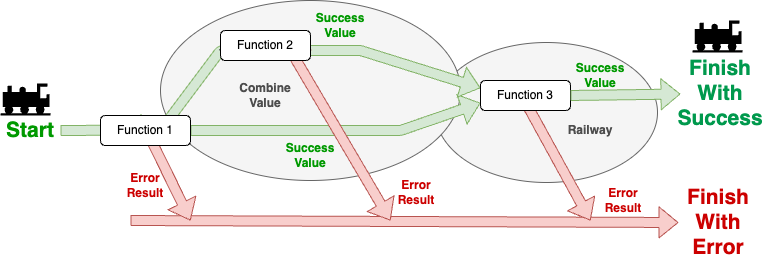
The draw.io diagram docs/images/CombineValue.png in J-Tech-Japan/ResultBoxes, before a commit. Source tidied: cells renumbered, new cells last; positions are measured from the earlier drawing's top-left corner, leaving out a move shared by most shapes. Source of this version:
```xml
<mxGraphModel>
  <root>
    <mxCell id="0" />
    <mxCell id="1" parent="0" />
    <mxCell id="2" style="ellipse;whiteSpace=wrap;html=1;fontSize=21;fontColor=#333333;fillColor=#f5f5f5;strokeColor=#666666;" parent="1" vertex="1">
      <mxGeometry x="435" y="42" width="222" height="140" as="geometry" />
    </mxCell>
    <mxCell id="3" style="shape=flexArrow;endArrow=classic;html=1;fillColor=#f8cecc;strokeColor=#b85450;entryX=0;entryY=0.5;entryDx=0;entryDy=0;" parent="1" edge="1" target="24">
      <mxGeometry relative="1" as="geometry">
        <mxPoint x="130" y="220" as="sourcePoint" />
      </mxGeometry>
    </mxCell>
    <mxCell id="4" style="ellipse;whiteSpace=wrap;html=1;fontSize=21;fontColor=#333333;fillColor=#f5f5f5;strokeColor=#666666;" parent="1" vertex="1">
      <mxGeometry x="160" width="300" height="180" as="geometry" />
    </mxCell>
    <mxCell id="5" style="shape=flexArrow;endArrow=classic;html=1;fillColor=#f8cecc;strokeColor=#b85450;" parent="1" edge="1">
      <mxGeometry relative="1" as="geometry">
        <mxPoint x="147.5" y="133" as="sourcePoint" />
        <mxPoint x="190" y="220" as="targetPoint" />
      </mxGeometry>
    </mxCell>
    <mxCell id="6" style="shape=flexArrow;endArrow=classic;html=1;fillColor=#f8cecc;strokeColor=#b85450;" parent="1" edge="1">
      <mxGeometry relative="1" as="geometry">
        <mxPoint x="520" y="92.5" as="sourcePoint" />
        <mxPoint x="590" y="220" as="targetPoint" />
      </mxGeometry>
    </mxCell>
    <mxCell id="7" style="shape=flexArrow;endArrow=classic;html=1;startArrow=none;fillColor=#d5e8d4;strokeColor=#82b366;" parent="1" edge="1">
      <mxGeometry relative="1" as="geometry">
        <mxPoint x="60" y="130" as="sourcePoint" />
        <mxPoint x="160" y="129.5" as="targetPoint" />
      </mxGeometry>
    </mxCell>
    <mxCell id="8" style="shape=flexArrow;endArrow=classic;html=1;startArrow=none;fillColor=#d5e8d4;strokeColor=#82b366;entryX=0;entryY=0.75;entryDx=0;entryDy=0;" parent="1" edge="1" source="12" target="15">
      <mxGeometry relative="1" as="geometry">
        <Array as="points">
          <mxPoint x="400" y="130" />
        </Array>
      </mxGeometry>
    </mxCell>
    <mxCell id="9" style="shape=flexArrow;endArrow=classic;html=1;fillColor=#d5e8d4;strokeColor=#82b366;entryX=0;entryY=0.25;entryDx=0;entryDy=0;" parent="1" edge="1" target="15">
      <mxGeometry relative="1" as="geometry">
        <mxPoint x="160" y="130" as="sourcePoint" />
        <Array as="points">
          <mxPoint x="220" y="50" />
          <mxPoint x="360" y="50" />
        </Array>
      </mxGeometry>
    </mxCell>
    <mxCell id="10" style="shape=flexArrow;endArrow=classic;html=1;startArrow=none;fillColor=#f8cecc;strokeColor=#b85450;" parent="1" edge="1" source="14">
      <mxGeometry relative="1" as="geometry">
        <mxPoint x="390" y="220" as="targetPoint" />
        <Array as="points">
          <mxPoint x="290" y="50" />
        </Array>
      </mxGeometry>
    </mxCell>
    <mxCell id="11" style="shape=flexArrow;endArrow=none;html=1;" parent="1" edge="1" target="12">
      <mxGeometry relative="1" as="geometry">
        <mxPoint x="140" y="130" as="sourcePoint" />
      </mxGeometry>
    </mxCell>
    <mxCell id="12" value="Function 1" style="rounded=1;whiteSpace=wrap;html=1;" parent="1" vertex="1">
      <mxGeometry x="100" y="115" width="90" height="30" as="geometry" />
    </mxCell>
    <mxCell id="13" style="shape=flexArrow;endArrow=none;html=1;" parent="1" edge="1" target="14">
      <mxGeometry relative="1" as="geometry">
        <mxPoint x="240" y="50" as="sourcePoint" />
      </mxGeometry>
    </mxCell>
    <mxCell id="14" value="Function 2" style="rounded=1;whiteSpace=wrap;html=1;" parent="1" vertex="1">
      <mxGeometry x="220" y="30" width="90" height="30" as="geometry" />
    </mxCell>
    <mxCell id="15" value="Function 3" style="rounded=1;whiteSpace=wrap;html=1;" parent="1" vertex="1">
      <mxGeometry x="480" y="80" width="90" height="30" as="geometry" />
    </mxCell>
    <mxCell id="16" value="&lt;b&gt;&lt;font color=&quot;#cc0000&quot;&gt;Error Result&lt;/font&gt;&lt;/b&gt;" style="text;html=1;strokeColor=none;fillColor=none;align=center;verticalAlign=middle;whiteSpace=wrap;rounded=0;" parent="1" vertex="1">
      <mxGeometry x="115" y="170" width="60" height="30" as="geometry" />
    </mxCell>
    <mxCell id="17" value="&lt;b&gt;&lt;font color=&quot;#cc0000&quot;&gt;Error Result&lt;/font&gt;&lt;/b&gt;" style="text;html=1;strokeColor=none;fillColor=none;align=center;verticalAlign=middle;whiteSpace=wrap;rounded=0;" parent="1" vertex="1">
      <mxGeometry x="386" y="177" width="60" height="30" as="geometry" />
    </mxCell>
    <mxCell id="18" value="&lt;b&gt;&lt;font color=&quot;#009900&quot;&gt;Success&lt;br&gt;Value&lt;/font&gt;&lt;br&gt;&lt;/b&gt;" style="text;html=1;strokeColor=none;fillColor=none;align=center;verticalAlign=middle;whiteSpace=wrap;rounded=0;" parent="1" vertex="1">
      <mxGeometry x="280" y="140" width="60" height="30" as="geometry" />
    </mxCell>
    <mxCell id="19" value="&lt;b&gt;&lt;font color=&quot;#009900&quot;&gt;Success&lt;br&gt;Value&lt;/font&gt;&lt;br&gt;&lt;/b&gt;" style="text;html=1;strokeColor=none;fillColor=none;align=center;verticalAlign=middle;whiteSpace=wrap;rounded=0;" parent="1" vertex="1">
      <mxGeometry x="310" y="10" width="60" height="30" as="geometry" />
    </mxCell>
    <mxCell id="20" style="shape=flexArrow;endArrow=classic;html=1;fillColor=#d5e8d4;strokeColor=#82b366;exitX=1;exitY=0.5;exitDx=0;exitDy=0;" parent="1" edge="1" source="15" target="23">
      <mxGeometry relative="1" as="geometry" />
    </mxCell>
    <mxCell id="21" value="&lt;b&gt;&lt;font color=&quot;#009900&quot;&gt;Success&lt;br&gt;Value&lt;/font&gt;&lt;br&gt;&lt;/b&gt;" style="text;html=1;strokeColor=none;fillColor=none;align=center;verticalAlign=middle;whiteSpace=wrap;rounded=0;" parent="1" vertex="1">
      <mxGeometry x="570" y="60" width="60" height="30" as="geometry" />
    </mxCell>
    <mxCell id="22" value="&lt;b&gt;&lt;font style=&quot;font-size: 21px;&quot; color=&quot;#009900&quot;&gt;Start&lt;/font&gt;&lt;br&gt;&lt;/b&gt;" style="text;html=1;strokeColor=none;fillColor=none;align=center;verticalAlign=middle;whiteSpace=wrap;rounded=0;" parent="1" vertex="1">
      <mxGeometry y="115" width="60" height="30" as="geometry" />
    </mxCell>
    <mxCell id="23" value="&lt;b style=&quot;font-size: 21px;&quot;&gt;&lt;font color=&quot;#00994d&quot;&gt;&lt;font style=&quot;font-size: 21px;&quot;&gt;Finish&lt;br&gt;&lt;/font&gt;With&lt;br&gt;Success&lt;/font&gt;&lt;br&gt;&lt;/b&gt;" style="text;html=1;strokeColor=none;fillColor=none;align=center;verticalAlign=middle;whiteSpace=wrap;rounded=0;" parent="1" vertex="1">
      <mxGeometry x="680" y="58" width="80" height="70" as="geometry" />
    </mxCell>
    <mxCell id="24" value="&lt;b style=&quot;font-size: 21px;&quot;&gt;&lt;font color=&quot;#cc0000&quot;&gt;&lt;font style=&quot;font-size: 21px;&quot;&gt;Finish&lt;br&gt;&lt;/font&gt;With&lt;br&gt;Error&lt;/font&gt;&lt;br&gt;&lt;/b&gt;" style="text;html=1;strokeColor=none;fillColor=none;align=center;verticalAlign=middle;whiteSpace=wrap;rounded=0;" parent="1" vertex="1">
      <mxGeometry x="678" y="187" width="80" height="70" as="geometry" />
    </mxCell>
    <mxCell id="25" value="&lt;b&gt;&lt;font color=&quot;#4d4d4d&quot;&gt;Combine&lt;br&gt;Value&lt;/font&gt;&lt;br&gt;&lt;/b&gt;" style="text;html=1;strokeColor=none;fillColor=none;align=center;verticalAlign=middle;whiteSpace=wrap;rounded=0;" parent="1" vertex="1">
      <mxGeometry x="235" y="80" width="60" height="30" as="geometry" />
    </mxCell>
    <mxCell id="26" value="&lt;b&gt;&lt;font color=&quot;#cc0000&quot;&gt;Error Result&lt;/font&gt;&lt;/b&gt;" style="text;html=1;strokeColor=none;fillColor=none;align=center;verticalAlign=middle;whiteSpace=wrap;rounded=0;" parent="1" vertex="1">
      <mxGeometry x="593" y="185" width="60" height="30" as="geometry" />
    </mxCell>
    <mxCell id="27" style="shape=mxgraph.signs.transportation.train_3;html=1;fillColor=#000000;strokeColor=none;verticalLabelPosition=bottom;verticalAlign=top;align=center;fontSize=21;fontColor=#4D4D4D;flipH=1;" parent="1" vertex="1">
      <mxGeometry y="83" width="50" height="32" as="geometry" />
    </mxCell>
    <mxCell id="28" style="shape=mxgraph.signs.transportation.train_3;html=1;fillColor=#000000;strokeColor=none;verticalLabelPosition=bottom;verticalAlign=top;align=center;fontSize=21;fontColor=#4D4D4D;flipH=1;" parent="1" vertex="1">
      <mxGeometry x="692" y="20" width="50" height="32" as="geometry" />
    </mxCell>
    <mxCell id="29" value="&lt;b&gt;&lt;font color=&quot;#4d4d4d&quot;&gt;Railway&lt;/font&gt;&lt;br&gt;&lt;/b&gt;" style="text;html=1;strokeColor=none;fillColor=none;align=center;verticalAlign=middle;whiteSpace=wrap;rounded=0;" parent="1" vertex="1">
      <mxGeometry x="560" y="115" width="60" height="30" as="geometry" />
    </mxCell>
  </root>
</mxGraphModel>
```
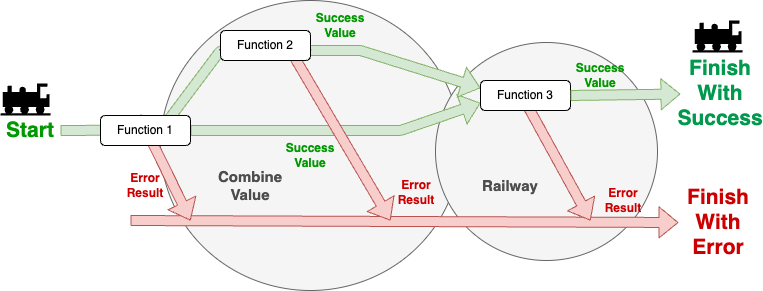
Above is the later version.

The edit, as a diff of the source:
```diff
@@ -2,17 +2,17 @@
   <root>
     <mxCell id="0" />
     <mxCell id="1" parent="0" />
+    <mxCell id="4" style="ellipse;whiteSpace=wrap;html=1;fontSize=21;fontColor=#333333;fillColor=#f5f5f5;strokeColor=#666666;" parent="1" vertex="1">
+      <mxGeometry x="160" width="300" height="290" as="geometry" />
+    </mxCell>
     <mxCell id="2" style="ellipse;whiteSpace=wrap;html=1;fontSize=21;fontColor=#333333;fillColor=#f5f5f5;strokeColor=#666666;" parent="1" vertex="1">
-      <mxGeometry x="435" y="42" width="222" height="140" as="geometry" />
+      <mxGeometry x="435" y="42" width="222" height="218" as="geometry" />
     </mxCell>
     <mxCell id="3" style="shape=flexArrow;endArrow=classic;html=1;fillColor=#f8cecc;strokeColor=#b85450;entryX=0;entryY=0.5;entryDx=0;entryDy=0;" parent="1" edge="1" target="24">
       <mxGeometry relative="1" as="geometry">
         <mxPoint x="130" y="220" as="sourcePoint" />
       </mxGeometry>
     </mxCell>
-    <mxCell id="4" style="ellipse;whiteSpace=wrap;html=1;fontSize=21;fontColor=#333333;fillColor=#f5f5f5;strokeColor=#666666;" parent="1" vertex="1">
-      <mxGeometry x="160" width="300" height="180" as="geometry" />
-    </mxCell>
     <mxCell id="5" style="shape=flexArrow;endArrow=classic;html=1;fillColor=#f8cecc;strokeColor=#b85450;" parent="1" edge="1">
       <mxGeometry relative="1" as="geometry">
         <mxPoint x="147.5" y="133" as="sourcePoint" />
@@ -101,8 +101,8 @@
     <mxCell id="24" value="&lt;b style=&quot;font-size: 21px;&quot;&gt;&lt;font color=&quot;#cc0000&quot;&gt;&lt;font style=&quot;font-size: 21px;&quot;&gt;Finish&lt;br&gt;&lt;/font&gt;With&lt;br&gt;Error&lt;/font&gt;&lt;br&gt;&lt;/b&gt;" style="text;html=1;strokeColor=none;fillColor=none;align=center;verticalAlign=middle;whiteSpace=wrap;rounded=0;" parent="1" vertex="1">
       <mxGeometry x="678" y="187" width="80" height="70" as="geometry" />
     </mxCell>
-    <mxCell id="25" value="&lt;b&gt;&lt;font color=&quot;#4d4d4d&quot;&gt;Combine&lt;br&gt;Value&lt;/font&gt;&lt;br&gt;&lt;/b&gt;" style="text;html=1;strokeColor=none;fillColor=none;align=center;verticalAlign=middle;whiteSpace=wrap;rounded=0;" parent="1" vertex="1">
-      <mxGeometry x="235" y="80" width="60" height="30" as="geometry" />
+    <mxCell id="25" value="&lt;b style=&quot;font-size: 15px;&quot;&gt;&lt;font color=&quot;#4d4d4d&quot; style=&quot;font-size: 15px;&quot;&gt;Combine&lt;br style=&quot;font-size: 15px;&quot;&gt;Value&lt;/font&gt;&lt;br style=&quot;font-size: 15px;&quot;&gt;&lt;/b&gt;" style="text;html=1;strokeColor=none;fillColor=none;align=center;verticalAlign=middle;whiteSpace=wrap;rounded=0;fontSize=15;" parent="1" vertex="1">
+      <mxGeometry x="220" y="170" width="60" height="30" as="geometry" />
     </mxCell>
     <mxCell id="26" value="&lt;b&gt;&lt;font color=&quot;#cc0000&quot;&gt;Error Result&lt;/font&gt;&lt;/b&gt;" style="text;html=1;strokeColor=none;fillColor=none;align=center;verticalAlign=middle;whiteSpace=wrap;rounded=0;" parent="1" vertex="1">
       <mxGeometry x="593" y="185" width="60" height="30" as="geometry" />
@@ -113,8 +113,8 @@
     <mxCell id="28" style="shape=mxgraph.signs.transportation.train_3;html=1;fillColor=#000000;strokeColor=none;verticalLabelPosition=bottom;verticalAlign=top;align=center;fontSize=21;fontColor=#4D4D4D;flipH=1;" parent="1" vertex="1">
       <mxGeometry x="692" y="20" width="50" height="32" as="geometry" />
     </mxCell>
-    <mxCell id="29" value="&lt;b&gt;&lt;font color=&quot;#4d4d4d&quot;&gt;Railway&lt;/font&gt;&lt;br&gt;&lt;/b&gt;" style="text;html=1;strokeColor=none;fillColor=none;align=center;verticalAlign=middle;whiteSpace=wrap;rounded=0;" parent="1" vertex="1">
-      <mxGeometry x="560" y="115" width="60" height="30" as="geometry" />
+    <mxCell id="29" value="&lt;b style=&quot;font-size: 15px;&quot;&gt;&lt;font color=&quot;#4d4d4d&quot; style=&quot;font-size: 15px;&quot;&gt;Railway&lt;/font&gt;&lt;br style=&quot;font-size: 15px;&quot;&gt;&lt;/b&gt;" style="text;html=1;strokeColor=none;fillColor=none;align=center;verticalAlign=middle;whiteSpace=wrap;rounded=0;fontSize=15;" parent="1" vertex="1">
+      <mxGeometry x="480" y="170" width="60" height="30" as="geometry" />
     </mxCell>
   </root>
 </mxGraphModel>
```
